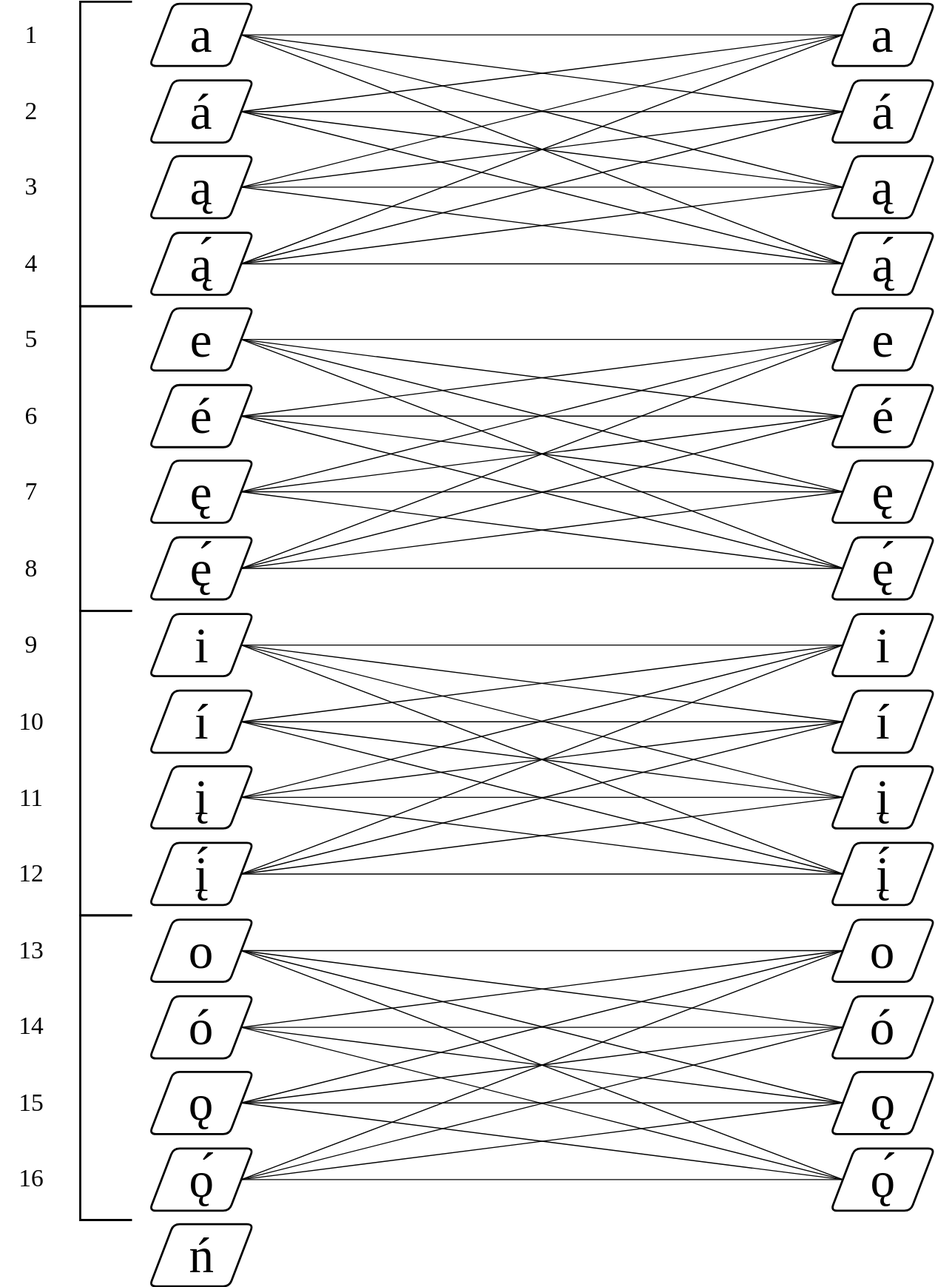
Before: Associated Diagrams/Navaho Vowel Network_v2.drawio.svg, a diagram exported from draw.io (OJB-Quantum/Navaho-Linguistics). Source tidied: cells renumbered, new cells last; positions are measured from the earlier drawing's top-left corner, leaving out a move shared by most shapes.
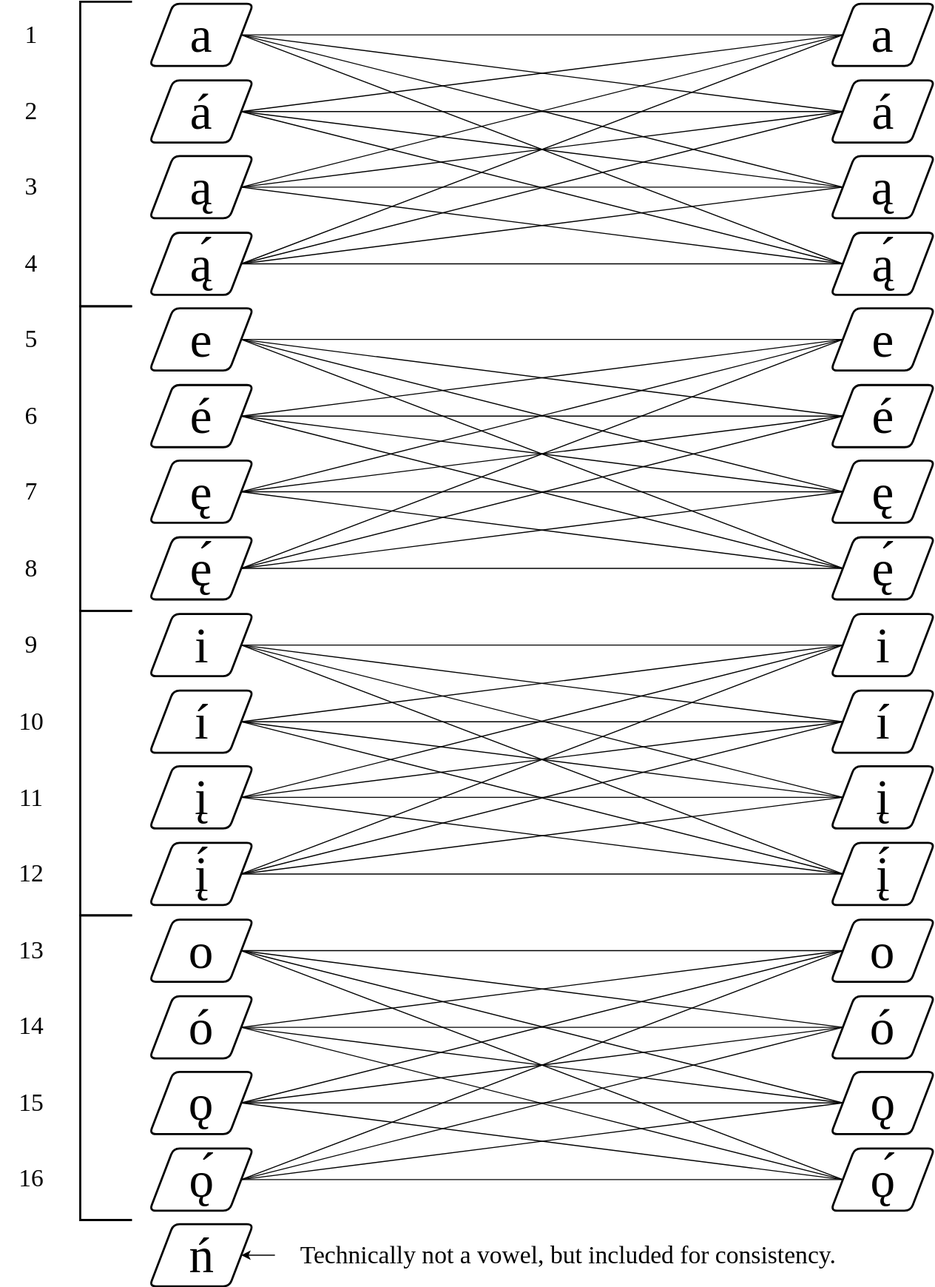
Later version of the same file.

Diff of the diagram source:
```diff
@@ -452,5 +452,11 @@
     <mxCell id="151" style="endArrow=none;html=1;rounded=0;exitX=1;exitY=0.5;exitDx=0;exitDy=0;entryX=0;entryY=0.5;entryDx=0;entryDy=0;" parent="1" edge="1" source="48" target="82">
       <mxGeometry relative="1" as="geometry" />
     </mxCell>
+    <mxCell id="152" style="edgeStyle=orthogonalEdgeStyle;rounded=0;jettySize=auto;html=1;entryX=1;entryY=0.5;entryDx=0;entryDy=0;" parent="1" edge="1" source="153" target="50">
+      <mxGeometry relative="1" as="geometry" />
+    </mxCell>
+    <mxCell id="153" value="&lt;font face=&quot;CMU Serif&quot; style=&quot;font-size: 24px;&quot;&gt;Technically not a vowel, but included for consistency.&lt;/font&gt;" style="text;strokeColor=none;align=center;fillColor=none;html=1;verticalAlign=middle;whiteSpace=wrap;rounded=0;" parent="1" vertex="1">
+      <mxGeometry x="265" y="1195" width="567" height="30" as="geometry" />
+    </mxCell>
   </root>
 </mxGraphModel>
```
